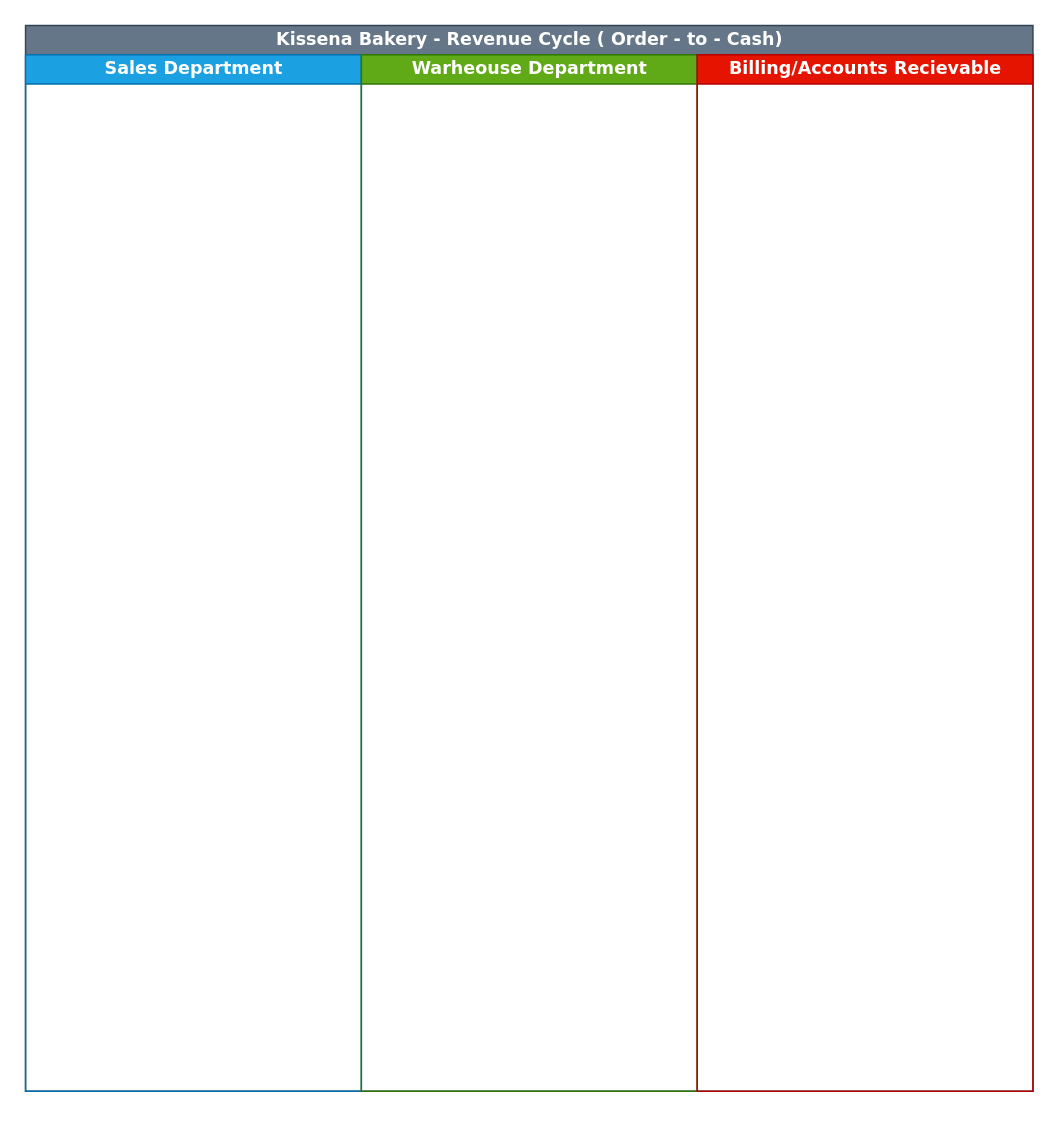
This is Revenue_Cycle_Controls.drawio from Eso75/drawio, a draw.io file, before an edit. Source tidied: cells renumbered, new cells numbered last; positions are measured from the earlier drawing's top-left corner, leaving out a move shared by most shapes. Both pictures are drawn from the tidied source at 146%, with x=0, y=0 at pixel (25, 25).
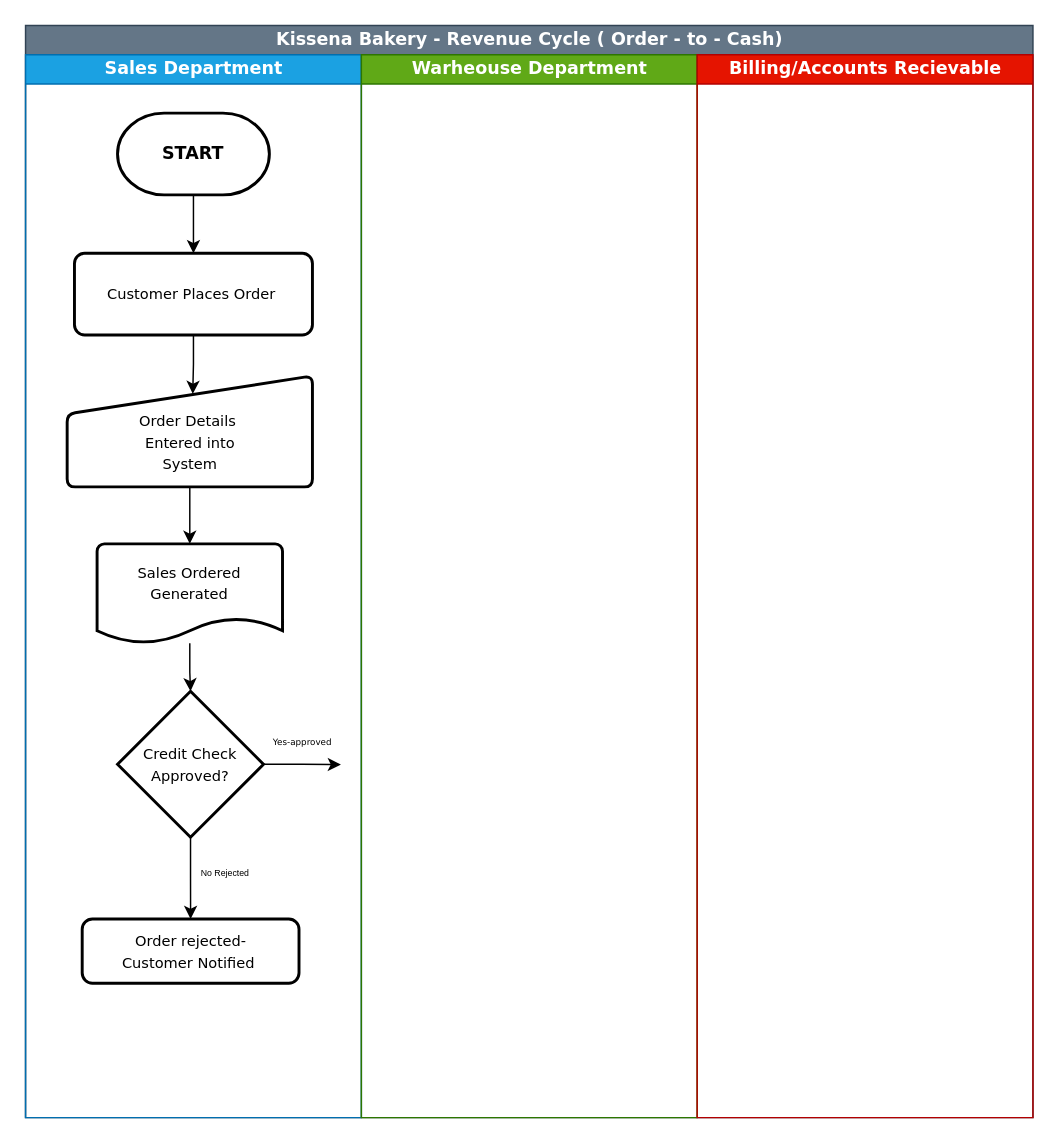
The same page after the edit.

What changed in the source:
```diff
@@
     <mxCell id="2" value="Kissena Bakery - Revenue Cycle ( Order - to - Cash)" style="swimlane;startSize=20;html=1;flipV=0;legacyAnchorPoints=0;flipH=1;fontFamily=Verdana;labelBackgroundColor=none;fillColor=light-dark(#647687,#FFFF66);fontColor=#ffffff;strokeColor=#314354;fillStyle=solid;" parent="1" vertex="1">
-      <mxGeometry width="690" height="730" as="geometry" />
+      <mxGeometry width="690" height="748" as="geometry" />
     </mxCell>
     <mxCell id="3" value="Sales Department" style="swimlane;startSize=20;html=1;fillColor=#1ba1e2;fontColor=#ffffff;strokeColor=#006EAF;fontFamily=Verdana;" parent="2" vertex="1">
-      <mxGeometry y="20" width="230" height="710" as="geometry" />
+      <mxGeometry y="20" width="230" height="728" as="geometry" />
     </mxCell>
+    <mxCell id="6" style="edgeStyle=orthogonalEdgeStyle;rounded=0;jettySize=auto;html=1;exitX=0.5;exitY=1;exitDx=0;exitDy=0;exitPerimeter=0;entryX=0.5;entryY=0;entryDx=0;entryDy=0;" parent="3" edge="1" source="7" target="8">
+      <mxGeometry relative="1" as="geometry" />
+    </mxCell>
+    <mxCell id="7" value="&lt;font face=&quot;Verdana&quot; style=&quot;color: light-dark(rgb(0, 0, 0), rgb(0, 204, 102));&quot;&gt;&lt;b&gt;START&lt;/b&gt;&lt;/font&gt;" style="strokeWidth=2;html=1;shape=mxgraph.flowchart.terminator;whiteSpace=wrap;" parent="3" vertex="1">
+      <mxGeometry x="63" y="40" width="104" height="56" as="geometry" />
+    </mxCell>
+    <mxCell id="8" value="&lt;font face=&quot;Verdana&quot; style=&quot;font-size: 10px;&quot;&gt;Customer Places Order&amp;nbsp;&lt;/font&gt;" style="rounded=1;whiteSpace=wrap;html=1;absoluteArcSize=1;arcSize=14;strokeWidth=2;" parent="3" vertex="1">
+      <mxGeometry x="33.5" y="136" width="163" height="56" as="geometry" />
+    </mxCell>
+    <mxCell id="9" value="&lt;div&gt;&lt;font face=&quot;Verdana&quot; style=&quot;font-size: 10px;&quot;&gt;&lt;br&gt;&lt;/font&gt;&lt;/div&gt;&lt;font face=&quot;Verdana&quot; style=&quot;font-size: 10px;&quot;&gt;Order Details&amp;nbsp;&lt;/font&gt;&lt;div&gt;&lt;font face=&quot;Verdana&quot; style=&quot;font-size: 10px;&quot;&gt;Entered into&lt;/font&gt;&lt;/div&gt;&lt;div&gt;&lt;font face=&quot;Verdana&quot; style=&quot;font-size: 10px;&quot;&gt;System&lt;/font&gt;&lt;/div&gt;" style="html=1;strokeWidth=2;shape=manualInput;whiteSpace=wrap;rounded=1;size=26;arcSize=11;" parent="3" vertex="1">
+      <mxGeometry x="28.5" y="220" width="168" height="76" as="geometry" />
+    </mxCell>
+    <mxCell id="10" style="edgeStyle=orthogonalEdgeStyle;rounded=0;jettySize=auto;html=1;exitX=0.5;exitY=1;exitDx=0;exitDy=0;entryX=0.512;entryY=0.162;entryDx=0;entryDy=0;entryPerimeter=0;" parent="3" edge="1" source="8" target="9">
+      <mxGeometry relative="1" as="geometry" />
+    </mxCell>
+    <mxCell id="11" value="&lt;font face=&quot;Verdana&quot; style=&quot;font-size: 10px;&quot;&gt;Sales Ordered Generated&lt;/font&gt;&lt;div&gt;&lt;br&gt;&lt;/div&gt;" style="strokeWidth=2;html=1;shape=mxgraph.flowchart.document2;whiteSpace=wrap;size=0.25;" parent="3" vertex="1">
+      <mxGeometry x="49" y="335" width="127" height="68" as="geometry" />
+    </mxCell>
+    <mxCell id="12" style="edgeStyle=orthogonalEdgeStyle;rounded=0;jettySize=auto;html=1;exitX=0.5;exitY=1;exitDx=0;exitDy=0;entryX=0.5;entryY=0;entryDx=0;entryDy=0;entryPerimeter=0;" parent="3" edge="1" source="9" target="11">
+      <mxGeometry relative="1" as="geometry" />
+    </mxCell>
+    <mxCell id="13" style="edgeStyle=orthogonalEdgeStyle;rounded=0;jettySize=auto;html=1;exitX=1;exitY=0.5;exitDx=0;exitDy=0;exitPerimeter=0;" parent="3" edge="1" source="15">
+      <mxGeometry relative="1" as="geometry">
+        <mxPoint x="216" y="486.2" as="targetPoint" />
+      </mxGeometry>
+    </mxCell>
+    <mxCell id="14" style="edgeStyle=orthogonalEdgeStyle;rounded=0;jettySize=auto;html=1;exitX=0.5;exitY=1;exitDx=0;exitDy=0;exitPerimeter=0;entryX=0.5;entryY=0;entryDx=0;entryDy=0;" parent="3" edge="1" source="15" target="17">
+      <mxGeometry relative="1" as="geometry" />
+    </mxCell>
+    <mxCell id="15" value="&lt;font face=&quot;Verdana&quot; style=&quot;font-size: 10px;&quot;&gt;&amp;nbsp;Credit Check&amp;nbsp;&lt;/font&gt;&lt;div&gt;&lt;font face=&quot;Verdana&quot; style=&quot;font-size: 10px;&quot;&gt;Approved?&lt;/font&gt;&lt;/div&gt;" style="strokeWidth=2;html=1;shape=mxgraph.flowchart.decision;whiteSpace=wrap;" parent="3" vertex="1">
+      <mxGeometry x="63" y="436" width="100" height="100" as="geometry" />
+    </mxCell>
+    <mxCell id="16" style="edgeStyle=orthogonalEdgeStyle;rounded=0;jettySize=auto;html=1;entryX=0.5;entryY=0;entryDx=0;entryDy=0;entryPerimeter=0;" parent="3" edge="1" source="11" target="15">
+      <mxGeometry relative="1" as="geometry" />
+    </mxCell>
+    <mxCell id="17" value="&lt;font face=&quot;Verdana&quot; style=&quot;font-size: 10px;&quot;&gt;Order rejected-&lt;/font&gt;&lt;div&gt;&lt;font face=&quot;Verdana&quot; style=&quot;font-size: 10px;&quot;&gt;Customer Notified&amp;nbsp;&lt;/font&gt;&lt;/div&gt;" style="rounded=1;whiteSpace=wrap;html=1;absoluteArcSize=1;arcSize=14;strokeWidth=2;" parent="3" vertex="1">
+      <mxGeometry x="38.8" y="592" width="148.5" height="44" as="geometry" />
+    </mxCell>
+    <mxCell id="18" value="&lt;font face=&quot;Verdana&quot;&gt;Yes-approved&lt;/font&gt;&lt;div&gt;&lt;font face=&quot;Verdana&quot;&gt;&lt;br&gt;&lt;/font&gt;&lt;/div&gt;" style="text;html=1;whiteSpace=wrap;strokeColor=none;fillColor=none;align=center;verticalAlign=middle;rounded=0;fontSize=6;" parent="3" vertex="1">
+      <mxGeometry x="160" y="460" width="60" height="30" as="geometry" />
+    </mxCell>
+    <mxCell id="19" value="&lt;font style=&quot;font-size: 6px;&quot;&gt;No Rejected&lt;/font&gt;" style="text;html=1;whiteSpace=wrap;strokeColor=none;fillColor=none;align=center;verticalAlign=middle;rounded=0;" parent="3" vertex="1">
+      <mxGeometry x="107" y="544" width="60" height="30" as="geometry" />
+    </mxCell>
     <mxCell id="4" value="Warheouse Department" style="swimlane;startSize=20;html=1;fillColor=#60a917;strokeColor=#2D7600;fontColor=#ffffff;fontFamily=Verdana;" parent="2" vertex="1">
-      <mxGeometry x="230" y="20" width="230" height="710" as="geometry" />
+      <mxGeometry x="230" y="20" width="230" height="728" as="geometry" />
     </mxCell>
     <mxCell id="5" value="Billing/Accounts Recievable" style="swimlane;startSize=20;html=1;fillColor=#e51400;fontColor=#ffffff;strokeColor=#B20000;swimlaneFillColor=none;gradientColor=none;fontFamily=Verdana;" parent="2" vertex="1">
-      <mxGeometry x="460" y="20" width="230" height="710" as="geometry" />
+      <mxGeometry x="460" y="20" width="230" height="728" as="geometry" />
     </mxCell>
```
